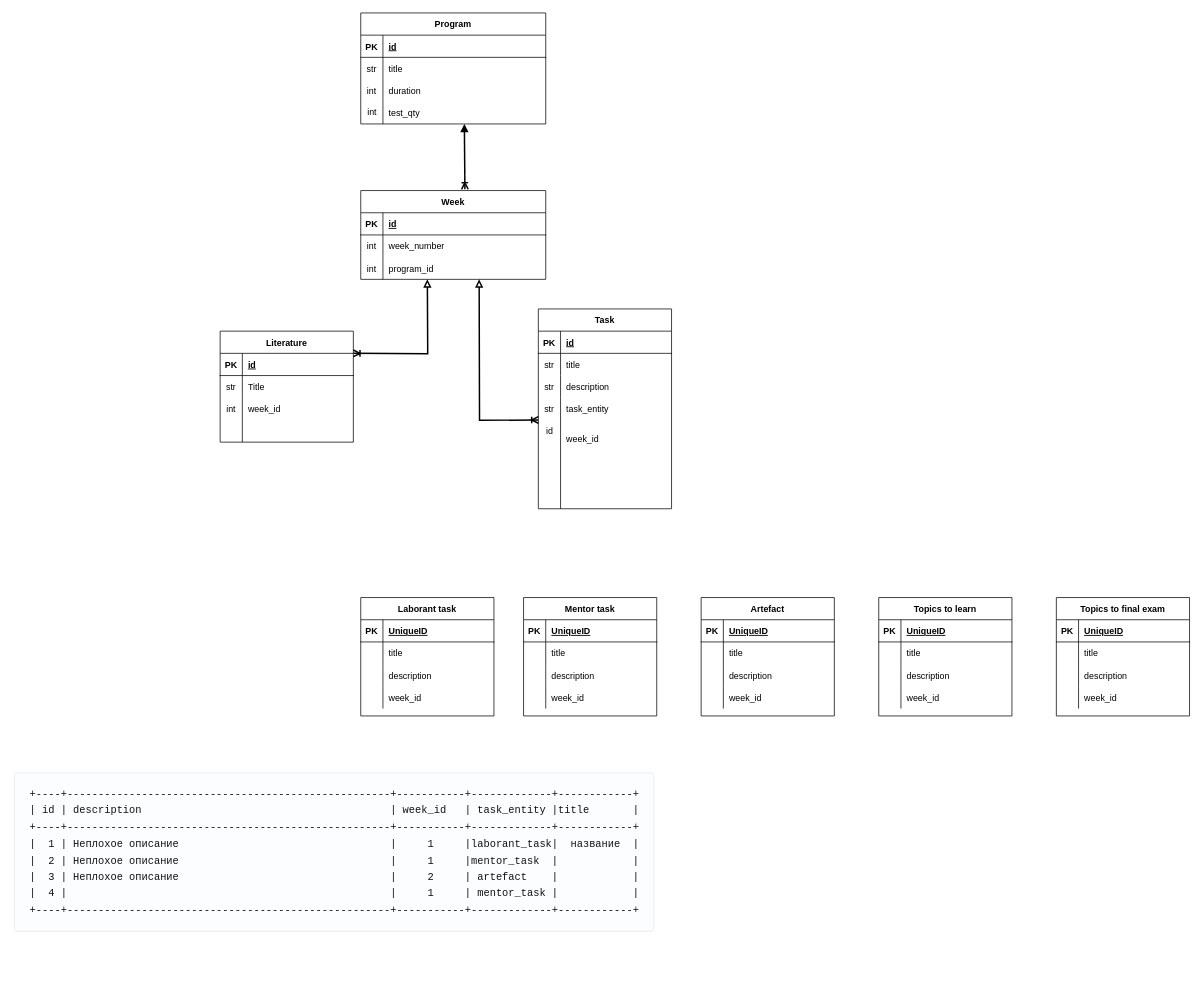
Above: page "Page-2" (2 of 2) of Untitled Diagram.drawio in body-88/my-first-repo (draw.io), before the change. Source tidied: cells renumbered, new cells numbered last; positions are measured from the earlier drawing's top-left corner, leaving out a move shared by most shapes. Both pictures are drawn from the tidied source at 74%, with x=0, y=0 at pixel (13, 13).
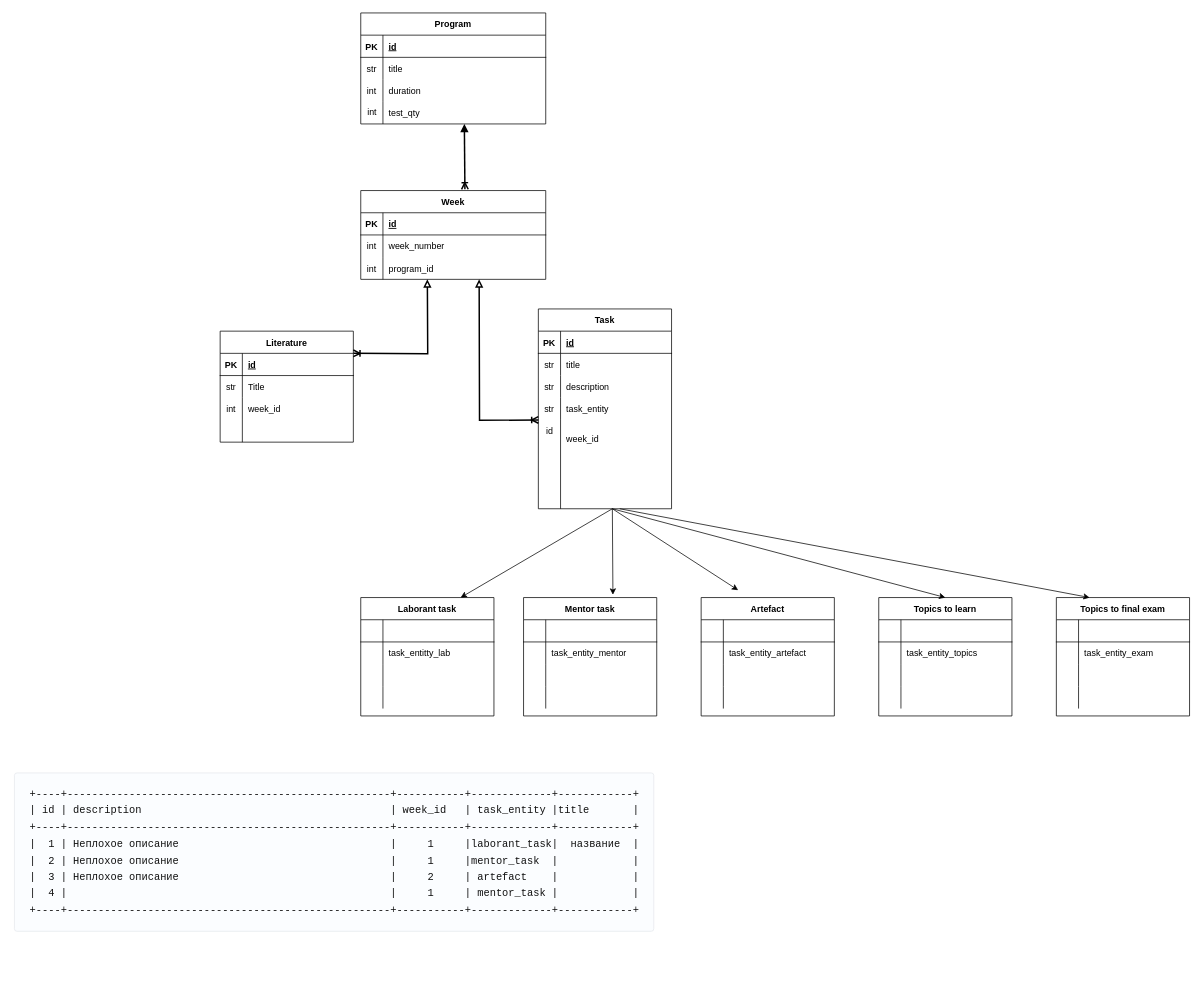
The same diagram, later.

Unchanged cells that the change refers to:
```xml
<mxCell id="58" value="Laborant task" style="shape=table;startSize=30;childLayout=tableLayout;rowLines=0;fontStyle=1;align=center;fontFamily=Helvetica;fontSize=12;fontColor=default;" parent="1" vertex="1">
  <mxGeometry x="470" y="790" width="180" height="160" as="geometry" />
</mxCell>
<mxCell id="59" style="shape=tableRow;horizontal=0;startSize=0;swimlaneHead=0;swimlaneBody=0;fillColor=none;top=0;left=0;right=0;bottom=1;fontFamily=Helvetica;fontSize=12;fontColor=default;" parent="58" vertex="1">
  <mxGeometry y="30" width="180" height="30" as="geometry" />
</mxCell>
<mxCell id="62" style="shape=tableRow;horizontal=0;startSize=0;swimlaneHead=0;swimlaneBody=0;fillColor=none;top=0;left=0;right=0;bottom=0;fontFamily=Helvetica;fontSize=12;fontColor=default;" parent="58" vertex="1">
  <mxGeometry y="60" width="180" height="30" as="geometry" />
</mxCell>
<mxCell id="65" style="shape=tableRow;horizontal=0;startSize=0;swimlaneHead=0;swimlaneBody=0;fillColor=none;top=0;left=0;right=0;bottom=0;fontFamily=Helvetica;fontSize=12;fontColor=default;" parent="58" vertex="1">
  <mxGeometry y="90" width="180" height="30" as="geometry" />
</mxCell>
<mxCell id="68" style="shape=tableRow;horizontal=0;startSize=0;swimlaneHead=0;swimlaneBody=0;fillColor=none;top=0;left=0;right=0;bottom=0;fontFamily=Helvetica;fontSize=12;fontColor=default;" parent="58" vertex="1">
  <mxGeometry y="120" width="180" height="30" as="geometry" />
</mxCell>
<mxCell id="71" value="Mentor task" style="shape=table;startSize=30;childLayout=tableLayout;rowLines=0;fontStyle=1;align=center;fontFamily=Helvetica;fontSize=12;fontColor=default;" parent="1" vertex="1">
  <mxGeometry x="690" y="790" width="180" height="160" as="geometry" />
</mxCell>
<mxCell id="72" style="shape=tableRow;horizontal=0;startSize=0;swimlaneHead=0;swimlaneBody=0;fillColor=none;top=0;left=0;right=0;bottom=1;fontFamily=Helvetica;fontSize=12;fontColor=default;" parent="71" vertex="1">
  <mxGeometry y="30" width="180" height="30" as="geometry" />
</mxCell>
<mxCell id="75" style="shape=tableRow;horizontal=0;startSize=0;swimlaneHead=0;swimlaneBody=0;fillColor=none;top=0;left=0;right=0;bottom=0;fontFamily=Helvetica;fontSize=12;fontColor=default;" parent="71" vertex="1">
  <mxGeometry y="60" width="180" height="30" as="geometry" />
</mxCell>
<mxCell id="78" style="shape=tableRow;horizontal=0;startSize=0;swimlaneHead=0;swimlaneBody=0;fillColor=none;top=0;left=0;right=0;bottom=0;fontFamily=Helvetica;fontSize=12;fontColor=default;" parent="71" vertex="1">
  <mxGeometry y="90" width="180" height="30" as="geometry" />
</mxCell>
<mxCell id="81" style="shape=tableRow;horizontal=0;startSize=0;swimlaneHead=0;swimlaneBody=0;fillColor=none;top=0;left=0;right=0;bottom=0;fontFamily=Helvetica;fontSize=12;fontColor=default;" parent="71" vertex="1">
  <mxGeometry y="120" width="180" height="30" as="geometry" />
</mxCell>
<mxCell id="85" style="shape=tableRow;horizontal=0;startSize=0;swimlaneHead=0;swimlaneBody=0;fillColor=none;top=0;left=0;right=0;bottom=1;fontFamily=Helvetica;fontSize=12;fontColor=default;" parent="84" vertex="1">
  <mxGeometry y="30" width="180" height="30" as="geometry" />
</mxCell>
<mxCell id="88" style="shape=tableRow;horizontal=0;startSize=0;swimlaneHead=0;swimlaneBody=0;fillColor=none;top=0;left=0;right=0;bottom=0;fontFamily=Helvetica;fontSize=12;fontColor=default;" parent="84" vertex="1">
  <mxGeometry y="60" width="180" height="30" as="geometry" />
</mxCell>
<mxCell id="91" style="shape=tableRow;horizontal=0;startSize=0;swimlaneHead=0;swimlaneBody=0;fillColor=none;top=0;left=0;right=0;bottom=0;fontFamily=Helvetica;fontSize=12;fontColor=default;" parent="84" vertex="1">
  <mxGeometry y="90" width="180" height="30" as="geometry" />
</mxCell>
<mxCell id="94" style="shape=tableRow;horizontal=0;startSize=0;swimlaneHead=0;swimlaneBody=0;fillColor=none;top=0;left=0;right=0;bottom=0;fontFamily=Helvetica;fontSize=12;fontColor=default;" parent="84" vertex="1">
  <mxGeometry y="120" width="180" height="30" as="geometry" />
</mxCell>
<mxCell id="97" value="Topics to learn" style="shape=table;startSize=30;childLayout=tableLayout;rowLines=0;fontStyle=1;align=center;fontFamily=Helvetica;fontSize=12;fontColor=default;" parent="1" vertex="1">
  <mxGeometry x="1170" y="790" width="180" height="160" as="geometry" />
</mxCell>
<mxCell id="98" style="shape=tableRow;horizontal=0;startSize=0;swimlaneHead=0;swimlaneBody=0;fillColor=none;top=0;left=0;right=0;bottom=1;fontFamily=Helvetica;fontSize=12;fontColor=default;" parent="97" vertex="1">
  <mxGeometry y="30" width="180" height="30" as="geometry" />
</mxCell>
<mxCell id="101" style="shape=tableRow;horizontal=0;startSize=0;swimlaneHead=0;swimlaneBody=0;fillColor=none;top=0;left=0;right=0;bottom=0;fontFamily=Helvetica;fontSize=12;fontColor=default;" parent="97" vertex="1">
  <mxGeometry y="60" width="180" height="30" as="geometry" />
</mxCell>
<mxCell id="104" style="shape=tableRow;horizontal=0;startSize=0;swimlaneHead=0;swimlaneBody=0;fillColor=none;top=0;left=0;right=0;bottom=0;fontFamily=Helvetica;fontSize=12;fontColor=default;" parent="97" vertex="1">
  <mxGeometry y="90" width="180" height="30" as="geometry" />
</mxCell>
<mxCell id="107" style="shape=tableRow;horizontal=0;startSize=0;swimlaneHead=0;swimlaneBody=0;fillColor=none;top=0;left=0;right=0;bottom=0;fontFamily=Helvetica;fontSize=12;fontColor=default;" parent="97" vertex="1">
  <mxGeometry y="120" width="180" height="30" as="geometry" />
</mxCell>
<mxCell id="110" value="Topics to final exam" style="shape=table;startSize=30;childLayout=tableLayout;rowLines=0;fontStyle=1;align=center;fontFamily=Helvetica;fontSize=12;fontColor=default;" parent="1" vertex="1">
  <mxGeometry x="1410" y="790" width="180" height="160" as="geometry" />
</mxCell>
<mxCell id="111" style="shape=tableRow;horizontal=0;startSize=0;swimlaneHead=0;swimlaneBody=0;fillColor=none;top=0;left=0;right=0;bottom=1;fontFamily=Helvetica;fontSize=12;fontColor=default;" parent="110" vertex="1">
  <mxGeometry y="30" width="180" height="30" as="geometry" />
</mxCell>
<mxCell id="114" style="shape=tableRow;horizontal=0;startSize=0;swimlaneHead=0;swimlaneBody=0;fillColor=none;top=0;left=0;right=0;bottom=0;fontFamily=Helvetica;fontSize=12;fontColor=default;" parent="110" vertex="1">
  <mxGeometry y="60" width="180" height="30" as="geometry" />
</mxCell>
<mxCell id="117" style="shape=tableRow;horizontal=0;startSize=0;swimlaneHead=0;swimlaneBody=0;fillColor=none;top=0;left=0;right=0;bottom=0;fontFamily=Helvetica;fontSize=12;fontColor=default;" parent="110" vertex="1">
  <mxGeometry y="90" width="180" height="30" as="geometry" />
</mxCell>
<mxCell id="120" style="shape=tableRow;horizontal=0;startSize=0;swimlaneHead=0;swimlaneBody=0;fillColor=none;top=0;left=0;right=0;bottom=0;fontFamily=Helvetica;fontSize=12;fontColor=default;" parent="110" vertex="1">
  <mxGeometry y="120" width="180" height="30" as="geometry" />
</mxCell>
```

The edit, as a diff of the source:
```diff
@@
-    <mxCell id="60" value="PK" style="shape=partialRectangle;fillColor=none;top=0;left=0;bottom=0;right=0;fontStyle=1;overflow=hidden;fontFamily=Helvetica;fontSize=12;fontColor=default;" parent="59" vertex="1">
+    <mxCell id="60" style="shape=partialRectangle;fillColor=none;top=0;left=0;bottom=0;right=0;fontStyle=1;overflow=hidden;fontFamily=Helvetica;fontSize=12;fontColor=default;" parent="59" vertex="1">
       <mxGeometry width="30" height="30" as="geometry" />
     </mxCell>
-    <mxCell id="61" value="UniqueID" style="shape=partialRectangle;fillColor=none;top=0;left=0;bottom=0;right=0;align=left;spacingLeft=6;fontStyle=5;overflow=hidden;fontFamily=Helvetica;fontSize=12;fontColor=default;" parent="59" vertex="1">
+    <mxCell id="61" style="shape=partialRectangle;fillColor=none;top=0;left=0;bottom=0;right=0;align=left;spacingLeft=6;fontStyle=5;overflow=hidden;fontFamily=Helvetica;fontSize=12;fontColor=default;" parent="59" vertex="1">
       <mxGeometry x="30" width="150" height="30" as="geometry" />
     </mxCell>
@@
-    <mxCell id="64" value="title" style="shape=partialRectangle;fillColor=none;top=0;left=0;bottom=0;right=0;align=left;spacingLeft=6;overflow=hidden;fontFamily=Helvetica;fontSize=12;fontColor=default;" parent="62" vertex="1">
+    <mxCell id="64" value="task_entitty_lab" style="shape=partialRectangle;fillColor=none;top=0;left=0;bottom=0;right=0;align=left;spacingLeft=6;overflow=hidden;fontFamily=Helvetica;fontSize=12;fontColor=default;" parent="62" vertex="1">
       <mxGeometry x="30" width="150" height="30" as="geometry" />
     </mxCell>
@@
-    <mxCell id="67" value="description" style="shape=partialRectangle;fillColor=none;top=0;left=0;bottom=0;right=0;align=left;spacingLeft=6;overflow=hidden;fontFamily=Helvetica;fontSize=12;fontColor=default;" parent="65" vertex="1">
+    <mxCell id="67" style="shape=partialRectangle;fillColor=none;top=0;left=0;bottom=0;right=0;align=left;spacingLeft=6;overflow=hidden;fontFamily=Helvetica;fontSize=12;fontColor=default;" parent="65" vertex="1">
       <mxGeometry x="30" width="150" height="30" as="geometry" />
     </mxCell>
@@
-    <mxCell id="70" value="week_id" style="shape=partialRectangle;fillColor=none;top=0;left=0;bottom=0;right=0;align=left;spacingLeft=6;overflow=hidden;fontFamily=Helvetica;fontSize=12;fontColor=default;" parent="68" vertex="1">
+    <mxCell id="70" style="shape=partialRectangle;fillColor=none;top=0;left=0;bottom=0;right=0;align=left;spacingLeft=6;overflow=hidden;fontFamily=Helvetica;fontSize=12;fontColor=default;" parent="68" vertex="1">
       <mxGeometry x="30" width="150" height="30" as="geometry" />
     </mxCell>
@@
-    <mxCell id="73" value="PK" style="shape=partialRectangle;fillColor=none;top=0;left=0;bottom=0;right=0;fontStyle=1;overflow=hidden;fontFamily=Helvetica;fontSize=12;fontColor=default;" parent="72" vertex="1">
+    <mxCell id="73" style="shape=partialRectangle;fillColor=none;top=0;left=0;bottom=0;right=0;fontStyle=1;overflow=hidden;fontFamily=Helvetica;fontSize=12;fontColor=default;" parent="72" vertex="1">
       <mxGeometry width="30" height="30" as="geometry" />
     </mxCell>
-    <mxCell id="74" value="UniqueID" style="shape=partialRectangle;fillColor=none;top=0;left=0;bottom=0;right=0;align=left;spacingLeft=6;fontStyle=5;overflow=hidden;fontFamily=Helvetica;fontSize=12;fontColor=default;" parent="72" vertex="1">
+    <mxCell id="74" style="shape=partialRectangle;fillColor=none;top=0;left=0;bottom=0;right=0;align=left;spacingLeft=6;fontStyle=5;overflow=hidden;fontFamily=Helvetica;fontSize=12;fontColor=default;" parent="72" vertex="1">
       <mxGeometry x="30" width="150" height="30" as="geometry" />
     </mxCell>
@@
-    <mxCell id="77" value="title" style="shape=partialRectangle;fillColor=none;top=0;left=0;bottom=0;right=0;align=left;spacingLeft=6;overflow=hidden;fontFamily=Helvetica;fontSize=12;fontColor=default;" parent="75" vertex="1">
+    <mxCell id="77" value="task_entity_mentor" style="shape=partialRectangle;fillColor=none;top=0;left=0;bottom=0;right=0;align=left;spacingLeft=6;overflow=hidden;fontFamily=Helvetica;fontSize=12;fontColor=default;" parent="75" vertex="1">
       <mxGeometry x="30" width="150" height="30" as="geometry" />
     </mxCell>
@@
-    <mxCell id="80" value="description" style="shape=partialRectangle;fillColor=none;top=0;left=0;bottom=0;right=0;align=left;spacingLeft=6;overflow=hidden;fontFamily=Helvetica;fontSize=12;fontColor=default;" parent="78" vertex="1">
+    <mxCell id="80" style="shape=partialRectangle;fillColor=none;top=0;left=0;bottom=0;right=0;align=left;spacingLeft=6;overflow=hidden;fontFamily=Helvetica;fontSize=12;fontColor=default;" parent="78" vertex="1">
       <mxGeometry x="30" width="150" height="30" as="geometry" />
     </mxCell>
@@
-    <mxCell id="83" value="week_id" style="shape=partialRectangle;fillColor=none;top=0;left=0;bottom=0;right=0;align=left;spacingLeft=6;overflow=hidden;fontFamily=Helvetica;fontSize=12;fontColor=default;" parent="81" vertex="1">
+    <mxCell id="83" style="shape=partialRectangle;fillColor=none;top=0;left=0;bottom=0;right=0;align=left;spacingLeft=6;overflow=hidden;fontFamily=Helvetica;fontSize=12;fontColor=default;" parent="81" vertex="1">
       <mxGeometry x="30" width="150" height="30" as="geometry" />
     </mxCell>
@@
-    <mxCell id="86" value="PK" style="shape=partialRectangle;fillColor=none;top=0;left=0;bottom=0;right=0;fontStyle=1;overflow=hidden;fontFamily=Helvetica;fontSize=12;fontColor=default;" parent="85" vertex="1">
+    <mxCell id="86" style="shape=partialRectangle;fillColor=none;top=0;left=0;bottom=0;right=0;fontStyle=1;overflow=hidden;fontFamily=Helvetica;fontSize=12;fontColor=default;" parent="85" vertex="1">
       <mxGeometry width="30" height="30" as="geometry" />
     </mxCell>
-    <mxCell id="87" value="UniqueID" style="shape=partialRectangle;fillColor=none;top=0;left=0;bottom=0;right=0;align=left;spacingLeft=6;fontStyle=5;overflow=hidden;fontFamily=Helvetica;fontSize=12;fontColor=default;" parent="85" vertex="1">
+    <mxCell id="87" style="shape=partialRectangle;fillColor=none;top=0;left=0;bottom=0;right=0;align=left;spacingLeft=6;fontStyle=5;overflow=hidden;fontFamily=Helvetica;fontSize=12;fontColor=default;" parent="85" vertex="1">
       <mxGeometry x="30" width="150" height="30" as="geometry" />
     </mxCell>
@@
-    <mxCell id="90" value="title" style="shape=partialRectangle;fillColor=none;top=0;left=0;bottom=0;right=0;align=left;spacingLeft=6;overflow=hidden;fontFamily=Helvetica;fontSize=12;fontColor=default;" parent="88" vertex="1">
+    <mxCell id="90" value="task_entity_artefact" style="shape=partialRectangle;fillColor=none;top=0;left=0;bottom=0;right=0;align=left;spacingLeft=6;overflow=hidden;fontFamily=Helvetica;fontSize=12;fontColor=default;" parent="88" vertex="1">
       <mxGeometry x="30" width="150" height="30" as="geometry" />
     </mxCell>
@@
-    <mxCell id="93" value="description" style="shape=partialRectangle;fillColor=none;top=0;left=0;bottom=0;right=0;align=left;spacingLeft=6;overflow=hidden;fontFamily=Helvetica;fontSize=12;fontColor=default;" parent="91" vertex="1">
+    <mxCell id="93" style="shape=partialRectangle;fillColor=none;top=0;left=0;bottom=0;right=0;align=left;spacingLeft=6;overflow=hidden;fontFamily=Helvetica;fontSize=12;fontColor=default;" parent="91" vertex="1">
       <mxGeometry x="30" width="150" height="30" as="geometry" />
     </mxCell>
@@
-    <mxCell id="96" value="week_id" style="shape=partialRectangle;fillColor=none;top=0;left=0;bottom=0;right=0;align=left;spacingLeft=6;overflow=hidden;fontFamily=Helvetica;fontSize=12;fontColor=default;" parent="94" vertex="1">
+    <mxCell id="96" style="shape=partialRectangle;fillColor=none;top=0;left=0;bottom=0;right=0;align=left;spacingLeft=6;overflow=hidden;fontFamily=Helvetica;fontSize=12;fontColor=default;" parent="94" vertex="1">
       <mxGeometry x="30" width="150" height="30" as="geometry" />
     </mxCell>
@@
-    <mxCell id="99" value="PK" style="shape=partialRectangle;fillColor=none;top=0;left=0;bottom=0;right=0;fontStyle=1;overflow=hidden;fontFamily=Helvetica;fontSize=12;fontColor=default;" parent="98" vertex="1">
+    <mxCell id="99" style="shape=partialRectangle;fillColor=none;top=0;left=0;bottom=0;right=0;fontStyle=1;overflow=hidden;fontFamily=Helvetica;fontSize=12;fontColor=default;" parent="98" vertex="1">
       <mxGeometry width="30" height="30" as="geometry" />
     </mxCell>
-    <mxCell id="100" value="UniqueID" style="shape=partialRectangle;fillColor=none;top=0;left=0;bottom=0;right=0;align=left;spacingLeft=6;fontStyle=5;overflow=hidden;fontFamily=Helvetica;fontSize=12;fontColor=default;" parent="98" vertex="1">
+    <mxCell id="100" style="shape=partialRectangle;fillColor=none;top=0;left=0;bottom=0;right=0;align=left;spacingLeft=6;fontStyle=5;overflow=hidden;fontFamily=Helvetica;fontSize=12;fontColor=default;" parent="98" vertex="1">
       <mxGeometry x="30" width="150" height="30" as="geometry" />
     </mxCell>
@@
-    <mxCell id="103" value="title" style="shape=partialRectangle;fillColor=none;top=0;left=0;bottom=0;right=0;align=left;spacingLeft=6;overflow=hidden;fontFamily=Helvetica;fontSize=12;fontColor=default;" parent="101" vertex="1">
+    <mxCell id="103" value="task_entity_topics" style="shape=partialRectangle;fillColor=none;top=0;left=0;bottom=0;right=0;align=left;spacingLeft=6;overflow=hidden;fontFamily=Helvetica;fontSize=12;fontColor=default;" parent="101" vertex="1">
       <mxGeometry x="30" width="150" height="30" as="geometry" />
     </mxCell>
@@
-    <mxCell id="106" value="description" style="shape=partialRectangle;fillColor=none;top=0;left=0;bottom=0;right=0;align=left;spacingLeft=6;overflow=hidden;fontFamily=Helvetica;fontSize=12;fontColor=default;" parent="104" vertex="1">
+    <mxCell id="106" style="shape=partialRectangle;fillColor=none;top=0;left=0;bottom=0;right=0;align=left;spacingLeft=6;overflow=hidden;fontFamily=Helvetica;fontSize=12;fontColor=default;" parent="104" vertex="1">
       <mxGeometry x="30" width="150" height="30" as="geometry" />
     </mxCell>
@@
-    <mxCell id="109" value="week_id" style="shape=partialRectangle;fillColor=none;top=0;left=0;bottom=0;right=0;align=left;spacingLeft=6;overflow=hidden;fontFamily=Helvetica;fontSize=12;fontColor=default;" parent="107" vertex="1">
+    <mxCell id="109" style="shape=partialRectangle;fillColor=none;top=0;left=0;bottom=0;right=0;align=left;spacingLeft=6;overflow=hidden;fontFamily=Helvetica;fontSize=12;fontColor=default;" parent="107" vertex="1">
       <mxGeometry x="30" width="150" height="30" as="geometry" />
     </mxCell>
@@
-    <mxCell id="112" value="PK" style="shape=partialRectangle;fillColor=none;top=0;left=0;bottom=0;right=0;fontStyle=1;overflow=hidden;fontFamily=Helvetica;fontSize=12;fontColor=default;" parent="111" vertex="1">
+    <mxCell id="112" style="shape=partialRectangle;fillColor=none;top=0;left=0;bottom=0;right=0;fontStyle=1;overflow=hidden;fontFamily=Helvetica;fontSize=12;fontColor=default;" parent="111" vertex="1">
       <mxGeometry width="30" height="30" as="geometry" />
     </mxCell>
-    <mxCell id="113" value="UniqueID" style="shape=partialRectangle;fillColor=none;top=0;left=0;bottom=0;right=0;align=left;spacingLeft=6;fontStyle=5;overflow=hidden;fontFamily=Helvetica;fontSize=12;fontColor=default;" parent="111" vertex="1">
+    <mxCell id="113" style="shape=partialRectangle;fillColor=none;top=0;left=0;bottom=0;right=0;align=left;spacingLeft=6;fontStyle=5;overflow=hidden;fontFamily=Helvetica;fontSize=12;fontColor=default;" parent="111" vertex="1">
       <mxGeometry x="30" width="150" height="30" as="geometry" />
     </mxCell>
@@
-    <mxCell id="116" value="title" style="shape=partialRectangle;fillColor=none;top=0;left=0;bottom=0;right=0;align=left;spacingLeft=6;overflow=hidden;fontFamily=Helvetica;fontSize=12;fontColor=default;" parent="114" vertex="1">
+    <mxCell id="116" value="task_entity_exam" style="shape=partialRectangle;fillColor=none;top=0;left=0;bottom=0;right=0;align=left;spacingLeft=6;overflow=hidden;fontFamily=Helvetica;fontSize=12;fontColor=default;" parent="114" vertex="1">
       <mxGeometry x="30" width="150" height="30" as="geometry" />
     </mxCell>
@@
-    <mxCell id="119" value="description" style="shape=partialRectangle;fillColor=none;top=0;left=0;bottom=0;right=0;align=left;spacingLeft=6;overflow=hidden;fontFamily=Helvetica;fontSize=12;fontColor=default;" parent="117" vertex="1">
+    <mxCell id="119" style="shape=partialRectangle;fillColor=none;top=0;left=0;bottom=0;right=0;align=left;spacingLeft=6;overflow=hidden;fontFamily=Helvetica;fontSize=12;fontColor=default;" parent="117" vertex="1">
       <mxGeometry x="30" width="150" height="30" as="geometry" />
     </mxCell>
@@
-    <mxCell id="122" value="week_id" style="shape=partialRectangle;fillColor=none;top=0;left=0;bottom=0;right=0;align=left;spacingLeft=6;overflow=hidden;fontFamily=Helvetica;fontSize=12;fontColor=default;" parent="120" vertex="1">
+    <mxCell id="122" style="shape=partialRectangle;fillColor=none;top=0;left=0;bottom=0;right=0;align=left;spacingLeft=6;overflow=hidden;fontFamily=Helvetica;fontSize=12;fontColor=default;" parent="120" vertex="1">
       <mxGeometry x="30" width="150" height="30" as="geometry" />
     </mxCell>
@@
+    <mxCell id="124" style="endArrow=classic;html=1;rounded=0;entryX=0.671;entryY=-0.024;entryDx=0;entryDy=0;entryPerimeter=0;" parent="1" edge="1" target="71">
+      <mxGeometry relative="1" as="geometry">
+        <mxPoint x="810" y="670" as="sourcePoint" />
+      </mxGeometry>
+    </mxCell>
+    <mxCell id="125" style="endArrow=classic;html=1;rounded=0;" parent="1" edge="1">
+      <mxGeometry relative="1" as="geometry">
+        <mxPoint x="810" y="670" as="sourcePoint" />
+        <mxPoint x="980" y="780" as="targetPoint" />
+      </mxGeometry>
+    </mxCell>
+    <mxCell id="126" style="endArrow=classic;html=1;rounded=0;entryX=0.5;entryY=0;entryDx=0;entryDy=0;" parent="1" edge="1" target="97">
+      <mxGeometry relative="1" as="geometry">
+        <mxPoint x="810" y="670" as="sourcePoint" />
+      </mxGeometry>
+    </mxCell>
+    <mxCell id="127" style="endArrow=classic;html=1;rounded=0;entryX=0.25;entryY=0;entryDx=0;entryDy=0;" parent="1" edge="1" target="110">
+      <mxGeometry relative="1" as="geometry">
+        <mxPoint x="820" y="670" as="sourcePoint" />
+      </mxGeometry>
+    </mxCell>
+    <mxCell id="128" style="endArrow=classic;html=1;rounded=0;entryX=0.75;entryY=0;entryDx=0;entryDy=0;" parent="1" edge="1" target="58">
+      <mxGeometry relative="1" as="geometry">
+        <mxPoint x="810" y="670" as="sourcePoint" />
+      </mxGeometry>
+    </mxCell>
```
